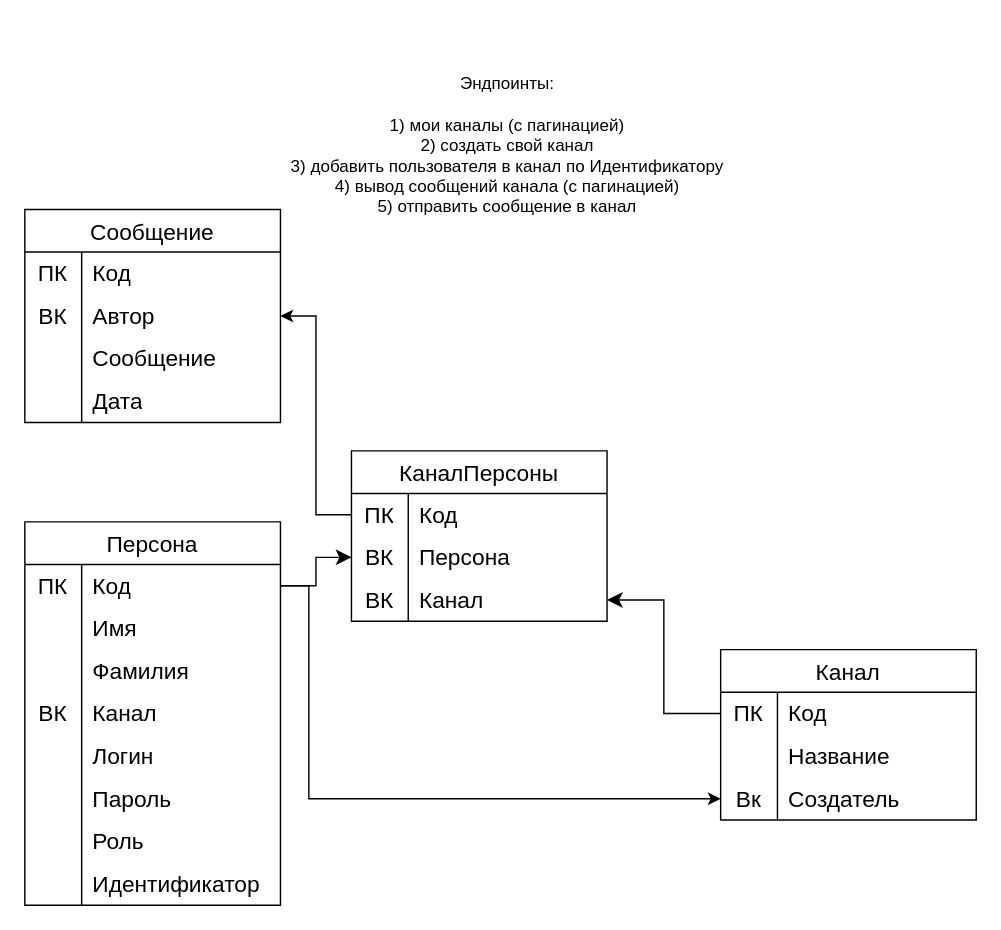
Before: docs/database/Диаграмма без названия.drawio in AbominablePutridity/JCoreMessenger, a draw.io diagram. Source tidied: cells renumbered, new cells numbered last; positions are measured from the earlier drawing's top-left corner, leaving out a move shared by most shapes. Both pictures are drawn from the tidied source at 142%, with x=0, y=0 at pixel (24, 24).
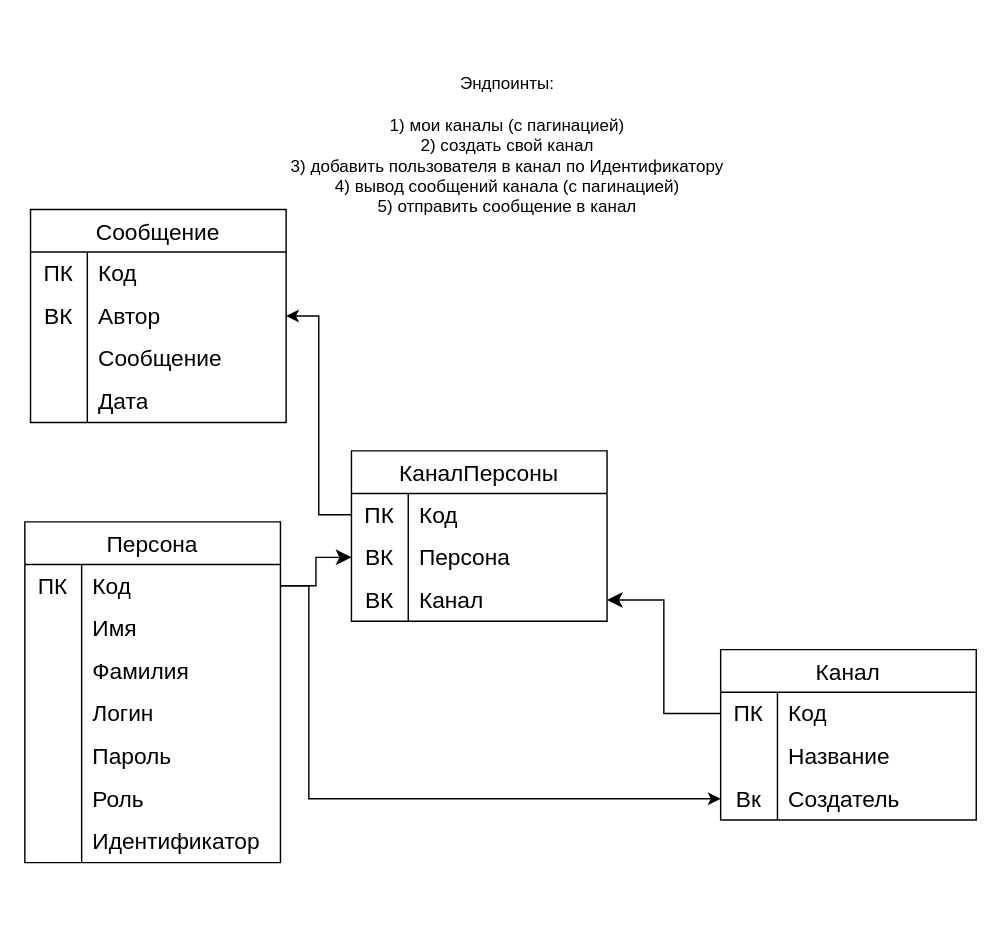
The same page after the edit.

Commit message:
Исправление диаграммы данных

Diff of the diagram source:
```diff
@@
     <mxCell id="2" value="Персона" style="shape=table;startSize=30;childLayout=tableLayout;rowLines=0;fontStyle=0;strokeColor=default;fontSize=16;" parent="1" vertex="1">
-      <mxGeometry y="350" width="180" height="270" as="geometry" />
+      <mxGeometry y="350" width="180" height="240" as="geometry" />
     </mxCell>
@@
-    <mxCell id="12" style="shape=tableRow;horizontal=0;startSize=0;swimlaneHead=0;swimlaneBody=0;top=0;left=0;bottom=0;right=0;fillColor=none;strokeColor=inherit;fontSize=16;" parent="2" vertex="1">
-      <mxGeometry y="120" width="180" height="30" as="geometry" />
-    </mxCell>
-    <mxCell id="13" value="ВК" style="shape=partialRectangle;html=1;whiteSpace=wrap;fillColor=none;top=0;left=0;bottom=0;right=0;overflow=hidden;strokeColor=inherit;fontSize=16;" parent="12" vertex="1">
-      <mxGeometry width="40" height="30" as="geometry" />
-    </mxCell>
-    <mxCell id="14" value="Канал" style="shape=partialRectangle;html=1;whiteSpace=wrap;fillColor=none;top=0;left=0;bottom=0;right=0;align=left;spacingLeft=6;overflow=hidden;strokeColor=inherit;fontSize=16;" parent="12" vertex="1">
-      <mxGeometry x="40" width="140" height="30" as="geometry" />
-    </mxCell>
     <mxCell id="15" style="shape=tableRow;horizontal=0;startSize=0;swimlaneHead=0;swimlaneBody=0;top=0;left=0;bottom=0;right=0;fillColor=none;strokeColor=inherit;fontSize=16;" parent="2" vertex="1">
-      <mxGeometry y="150" width="180" height="30" as="geometry" />
+      <mxGeometry y="120" width="180" height="30" as="geometry" />
     </mxCell>
@@
     <mxCell id="18" style="shape=tableRow;horizontal=0;startSize=0;swimlaneHead=0;swimlaneBody=0;top=0;left=0;bottom=0;right=0;fillColor=none;strokeColor=inherit;fontSize=16;" parent="2" vertex="1">
-      <mxGeometry y="180" width="180" height="30" as="geometry" />
+      <mxGeometry y="150" width="180" height="30" as="geometry" />
     </mxCell>
@@
     <mxCell id="21" style="shape=tableRow;horizontal=0;startSize=0;swimlaneHead=0;swimlaneBody=0;top=0;left=0;bottom=0;right=0;fillColor=none;strokeColor=inherit;fontSize=16;" parent="2" vertex="1">
-      <mxGeometry y="210" width="180" height="30" as="geometry" />
+      <mxGeometry y="180" width="180" height="30" as="geometry" />
     </mxCell>
@@
     <mxCell id="24" style="shape=tableRow;horizontal=0;startSize=0;swimlaneHead=0;swimlaneBody=0;top=0;left=0;bottom=0;right=0;fillColor=none;strokeColor=inherit;fontSize=16;" parent="2" vertex="1">
-      <mxGeometry y="240" width="180" height="30" as="geometry" />
+      <mxGeometry y="210" width="180" height="30" as="geometry" />
     </mxCell>
@@
     <mxCell id="37" value="Сообщение" style="shape=table;startSize=30;childLayout=tableLayout;rowLines=0;fontStyle=0;strokeColor=default;fontSize=16;" parent="1" vertex="1">
-      <mxGeometry y="130" width="180" height="150" as="geometry" />
+      <mxGeometry x="4" y="130" width="180" height="150" as="geometry" />
     </mxCell>
```
